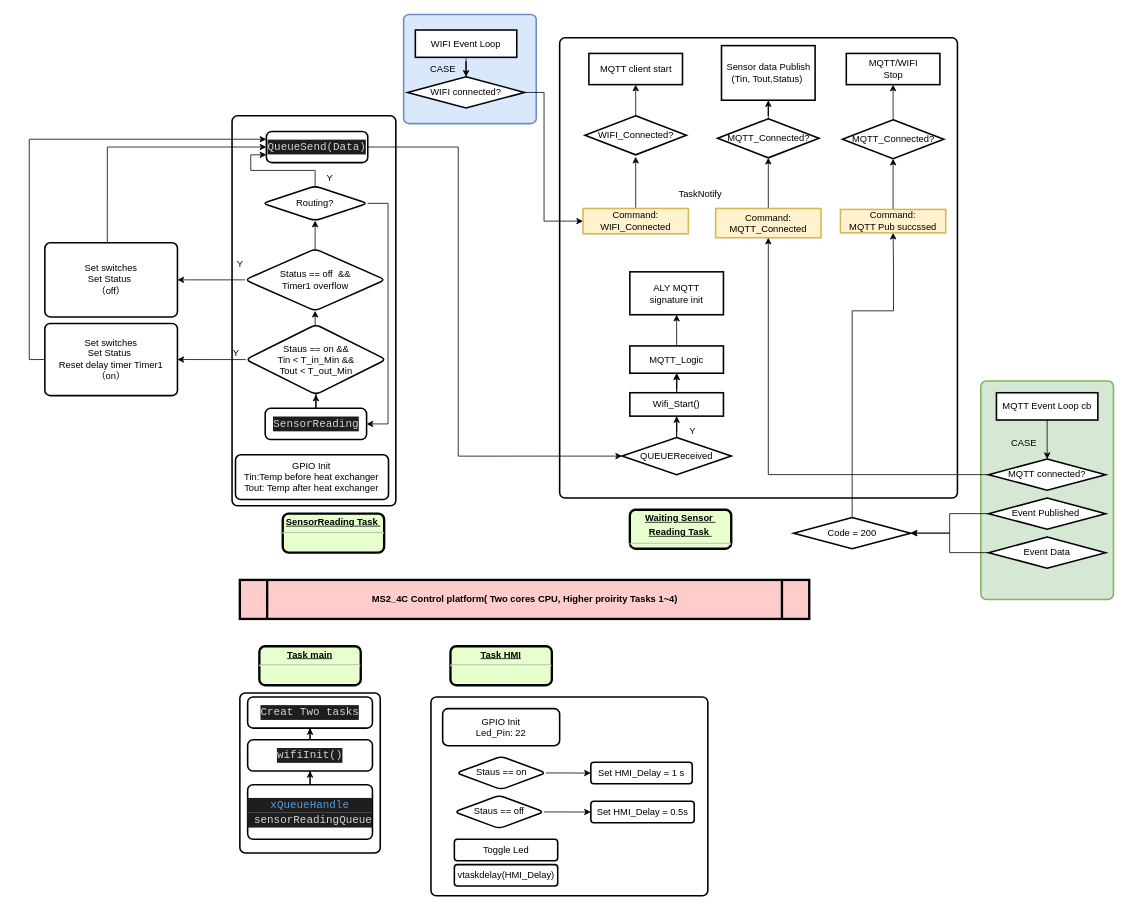
Before: vent_control.drawio in kartwu/vent_control, a draw.io diagram. Source tidied: cells renumbered, new cells numbered last; positions are measured from the earlier drawing's top-left corner, leaving out a move shared by most shapes. Both pictures are drawn from the tidied source at 78%, with x=0, y=0 at pixel (44, 14).
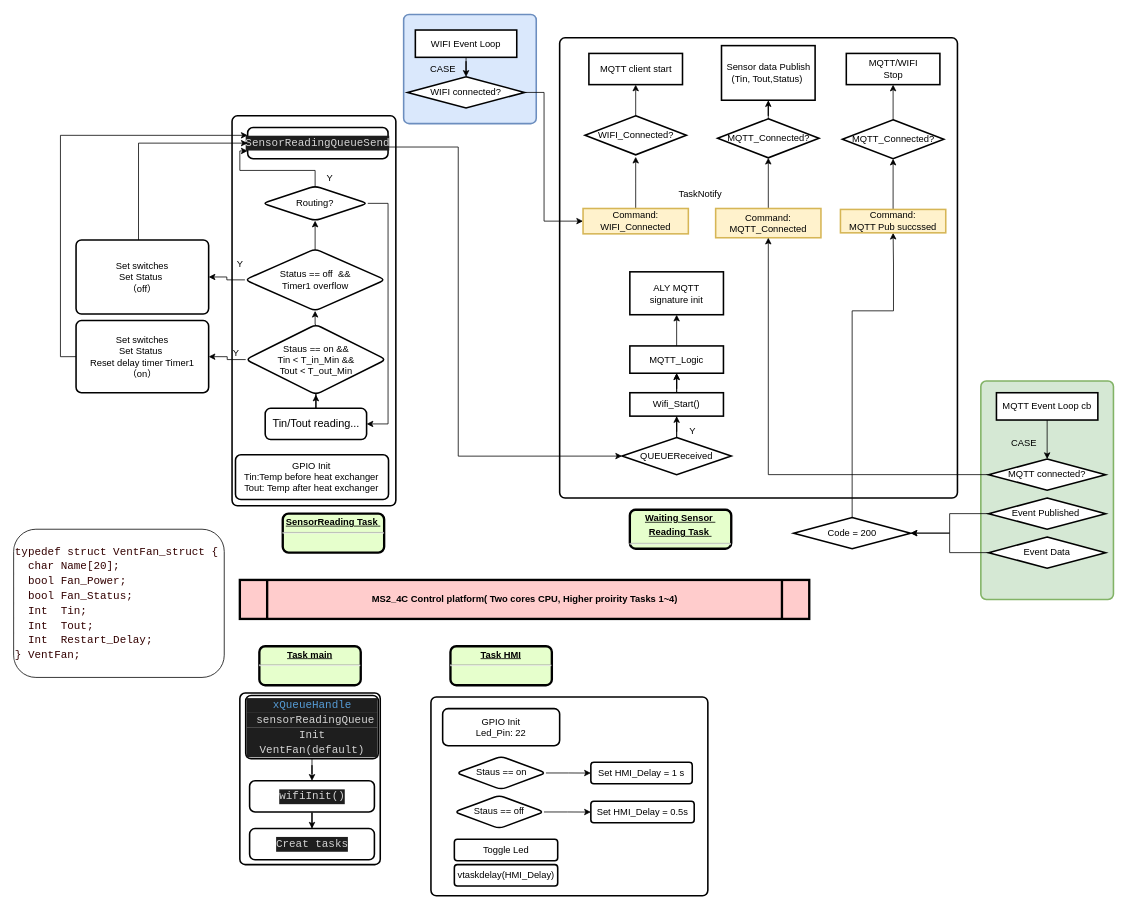
The same diagram, later.

The change refers to these unchanged cells:
```xml
<mxCell id="67" value="Routing?" style="rhombus;whiteSpace=wrap;html=1;rounded=1;strokeWidth=2;arcSize=14;" parent="1" vertex="1">
  <mxGeometry x="279" y="220" width="135" height="44.4" as="geometry" />
</mxCell>
```

The edit, as a diff of the source:
```diff
@@
     <mxCell id="3" style="rounded=1;whiteSpace=wrap;html=1;absoluteArcSize=1;arcSize=14;strokeWidth=2;" parent="1" vertex="1">
-      <mxGeometry x="250" y="870" width="180" height="205" as="geometry" />
+      <mxGeometry x="250" y="870" width="180" height="220" as="geometry" />
     </mxCell>
@@
-    <mxCell id="10" value="&lt;div style=&quot;color: rgb(212 , 212 , 212) ; background-color: rgb(30 , 30 , 30) ; font-family: &amp;#34;consolas&amp;#34; , &amp;#34;courier new&amp;#34; , monospace ; font-size: 14px ; line-height: 19px&quot;&gt;&lt;span style=&quot;color: #569cd6&quot;&gt;xQueueHandle&lt;/span&gt;&lt;/div&gt;&lt;div style=&quot;color: rgb(212 , 212 , 212) ; background-color: rgb(30 , 30 , 30) ; font-family: &amp;#34;consolas&amp;#34; , &amp;#34;courier new&amp;#34; , monospace ; font-size: 14px ; line-height: 19px&quot;&gt;&amp;nbsp;sensorReadingQueue&lt;/div&gt;" style="rounded=1;whiteSpace=wrap;html=1;absoluteArcSize=1;arcSize=14;strokeWidth=2;" parent="1" vertex="1">
-      <mxGeometry x="260" y="987.5" width="160" height="70" as="geometry" />
+    <mxCell id="10" value="&lt;div style=&quot;color: rgb(212 , 212 , 212) ; background-color: rgb(30 , 30 , 30) ; font-family: &amp;#34;consolas&amp;#34; , &amp;#34;courier new&amp;#34; , monospace ; font-size: 14px ; line-height: 19px&quot;&gt;&lt;span style=&quot;color: #569cd6&quot;&gt;xQueueHandle&lt;/span&gt;&lt;/div&gt;&lt;div style=&quot;color: rgb(212 , 212 , 212) ; background-color: rgb(30 , 30 , 30) ; font-family: &amp;#34;consolas&amp;#34; , &amp;#34;courier new&amp;#34; , monospace ; font-size: 14px ; line-height: 19px&quot;&gt;&amp;nbsp;sensorReadingQueue&lt;/div&gt;&lt;div style=&quot;color: rgb(212 , 212 , 212) ; background-color: rgb(30 , 30 , 30) ; font-family: &amp;#34;consolas&amp;#34; , &amp;#34;courier new&amp;#34; , monospace ; font-size: 14px ; line-height: 19px&quot;&gt;Init VentFan(default)&lt;/div&gt;" style="rounded=1;whiteSpace=wrap;html=1;absoluteArcSize=1;arcSize=14;strokeWidth=2;" parent="1" vertex="1">
+      <mxGeometry x="257.5" y="873.1" width="170" height="81.2" as="geometry" />
     </mxCell>
@@
     <mxCell id="12" value="&lt;div style=&quot;color: rgb(212 , 212 , 212) ; background-color: rgb(30 , 30 , 30) ; font-family: &amp;#34;consolas&amp;#34; , &amp;#34;courier new&amp;#34; , monospace ; font-size: 14px ; line-height: 19px&quot;&gt;wifiInit()&lt;/div&gt;" style="rounded=1;whiteSpace=wrap;html=1;absoluteArcSize=1;arcSize=14;strokeWidth=2;" parent="1" vertex="1">
-      <mxGeometry x="260" y="930" width="160" height="40" as="geometry" />
+      <mxGeometry x="262.5" y="982.5" width="160" height="40" as="geometry" />
     </mxCell>
@@
-    <mxCell id="14" value="&lt;div style=&quot;color: rgb(212 , 212 , 212) ; background-color: rgb(30 , 30 , 30) ; font-family: &amp;#34;consolas&amp;#34; , &amp;#34;courier new&amp;#34; , monospace ; font-size: 14px ; line-height: 19px&quot;&gt;&lt;span style=&quot;font-family: &amp;#34;consolas&amp;#34; , &amp;#34;courier new&amp;#34; , monospace&quot;&gt;SensorReading&lt;/span&gt;&lt;/div&gt;" style="rounded=1;whiteSpace=wrap;html=1;absoluteArcSize=1;arcSize=14;strokeWidth=2;" parent="1" vertex="1">
+    <mxCell id="14" value="&lt;font style=&quot;font-size: 14px&quot;&gt;Tin/Tout reading...&lt;/font&gt;" style="rounded=1;whiteSpace=wrap;html=1;absoluteArcSize=1;arcSize=14;strokeWidth=2;" parent="1" vertex="1">
       <mxGeometry x="282.5" y="505" width="130" height="40" as="geometry" />
     </mxCell>
@@
-    <mxCell id="17" value="&lt;div style=&quot;color: rgb(212 , 212 , 212) ; background-color: rgb(30 , 30 , 30) ; font-family: &amp;#34;consolas&amp;#34; , &amp;#34;courier new&amp;#34; , monospace ; font-size: 14px ; line-height: 19px&quot;&gt;&lt;span style=&quot;font-family: &amp;#34;consolas&amp;#34; , &amp;#34;courier new&amp;#34; , monospace&quot;&gt;QueueSend(Data)&lt;/span&gt;&lt;/div&gt;" style="rounded=1;whiteSpace=wrap;html=1;absoluteArcSize=1;arcSize=14;strokeWidth=2;" parent="1" vertex="1">
-      <mxGeometry x="284" y="150" width="130" height="40" as="geometry" />
+    <mxCell id="17" value="&lt;div style=&quot;color: rgb(212 , 212 , 212) ; background-color: rgb(30 , 30 , 30) ; font-family: &amp;#34;consolas&amp;#34; , &amp;#34;courier new&amp;#34; , monospace ; font-size: 14px ; line-height: 19px&quot;&gt;&lt;span style=&quot;font-family: &amp;#34;consolas&amp;#34; , &amp;#34;courier new&amp;#34; , monospace&quot;&gt;SensorReadingQueueSend&lt;/span&gt;&lt;/div&gt;" style="rounded=1;whiteSpace=wrap;html=1;absoluteArcSize=1;arcSize=14;strokeWidth=2;" parent="1" vertex="1">
+      <mxGeometry x="260" y="145" width="180" height="40" as="geometry" />
     </mxCell>
@@
-    <mxCell id="61" value="&lt;div style=&quot;color: rgb(212 , 212 , 212) ; background-color: rgb(30 , 30 , 30) ; font-family: &amp;#34;consolas&amp;#34; , &amp;#34;courier new&amp;#34; , monospace ; font-size: 14px ; line-height: 19px&quot;&gt;Creat Two tasks&lt;/div&gt;" style="rounded=1;whiteSpace=wrap;html=1;absoluteArcSize=1;arcSize=14;strokeWidth=2;" parent="1" vertex="1">
-      <mxGeometry x="260" y="875" width="160" height="40" as="geometry" />
+    <mxCell id="61" value="&lt;div style=&quot;color: rgb(212 , 212 , 212) ; background-color: rgb(30 , 30 , 30) ; font-family: &amp;#34;consolas&amp;#34; , &amp;#34;courier new&amp;#34; , monospace ; font-size: 14px ; line-height: 19px&quot;&gt;Creat tasks&lt;/div&gt;" style="rounded=1;whiteSpace=wrap;html=1;absoluteArcSize=1;arcSize=14;strokeWidth=2;" parent="1" vertex="1">
+      <mxGeometry x="262.5" y="1043.8" width="160" height="40" as="geometry" />
     </mxCell>
@@
     <mxCell id="66" style="edgeStyle=orthogonalEdgeStyle;rounded=0;jettySize=auto;html=1;entryX=0;entryY=0.75;entryDx=0;entryDy=0;" parent="1" edge="1" source="67" target="17">
-      <mxGeometry relative="1" as="geometry" />
+      <mxGeometry relative="1" as="geometry">
+        <Array as="points">
+          <mxPoint x="347" y="200" />
+          <mxPoint x="250" y="200" />
+          <mxPoint x="250" y="175" />
+        </Array>
+      </mxGeometry>
     </mxCell>
@@
     <mxCell id="69" value="Set switches&lt;br&gt;Set Status&amp;nbsp;&lt;br&gt;Reset delay timer Timer1&lt;br&gt;（on）" style="rounded=1;whiteSpace=wrap;html=1;absoluteArcSize=1;arcSize=14;strokeWidth=2;" parent="1" vertex="1">
-      <mxGeometry y="396.2" width="170" height="92.5" as="geometry" />
+      <mxGeometry x="40" y="392.5" width="170" height="92.5" as="geometry" />
     </mxCell>
@@
     <mxCell id="77" value="Set switches&lt;br&gt;Set Status&amp;nbsp;&lt;br&gt;（off）&lt;br&gt;" style="rounded=1;whiteSpace=wrap;html=1;absoluteArcSize=1;arcSize=14;strokeWidth=2;" parent="1" vertex="1">
-      <mxGeometry y="292.8" width="170" height="95" as="geometry" />
+      <mxGeometry x="40" y="289.1" width="170" height="95" as="geometry" />
     </mxCell>
@@
+    <mxCell id="90" value="&lt;div style=&quot;font-family: &amp;#34;consolas&amp;#34; , &amp;#34;courier new&amp;#34; , monospace ; font-size: 14px ; line-height: 19px&quot;&gt;&lt;div&gt;&lt;span style=&quot;background-color: rgb(255 , 255 , 255)&quot;&gt;&lt;font color=&quot;#330000&quot;&gt;typedef&amp;nbsp;struct&amp;nbsp;VentFan_struct&amp;nbsp;{&lt;/font&gt;&lt;/span&gt;&lt;/div&gt;&lt;div&gt;&lt;span style=&quot;background-color: rgb(255 , 255 , 255)&quot;&gt;&lt;font color=&quot;#330000&quot;&gt;&amp;nbsp;&amp;nbsp;char&amp;nbsp;Name[20];&lt;/font&gt;&lt;/span&gt;&lt;/div&gt;&lt;div&gt;&lt;span style=&quot;background-color: rgb(255 , 255 , 255)&quot;&gt;&lt;font color=&quot;#330000&quot;&gt;&amp;nbsp; bool&amp;nbsp;Fan_Power;&lt;/font&gt;&lt;/span&gt;&lt;/div&gt;&lt;div&gt;&lt;span style=&quot;background-color: rgb(255 , 255 , 255)&quot;&gt;&lt;font color=&quot;#330000&quot;&gt;&amp;nbsp; bool&amp;nbsp;Fan_Status;&lt;br&gt;&lt;/font&gt;&lt;/span&gt;&lt;/div&gt;&lt;div&gt;&lt;span style=&quot;background-color: rgb(255 , 255 , 255)&quot;&gt;&lt;font color=&quot;#330000&quot;&gt;&amp;nbsp; Int&amp;nbsp; Tin;&lt;/font&gt;&lt;/span&gt;&lt;/div&gt;&lt;div&gt;&lt;span style=&quot;background-color: rgb(255 , 255 , 255)&quot;&gt;&lt;font color=&quot;#330000&quot;&gt;&amp;nbsp;&amp;nbsp;Int&amp;nbsp; Tout;&lt;/font&gt;&lt;/span&gt;&lt;/div&gt;&lt;div&gt;&lt;span style=&quot;background-color: rgb(255 , 255 , 255)&quot;&gt;&lt;font color=&quot;#330000&quot;&gt;&amp;nbsp; Int&amp;nbsp; Restart_Delay;&lt;br&gt;&lt;/font&gt;&lt;/span&gt;&lt;/div&gt;&lt;div&gt;&lt;span style=&quot;background-color: rgb(255 , 255 , 255)&quot;&gt;&lt;font color=&quot;#330000&quot;&gt;} VentFan;&lt;/font&gt;&lt;/span&gt;&lt;/div&gt;&lt;/div&gt;" style="rounded=1;whiteSpace=wrap;html=1;align=left;" parent="1" vertex="1">
+      <mxGeometry x="-40" y="660" width="270" height="190" as="geometry" />
+    </mxCell>
```
